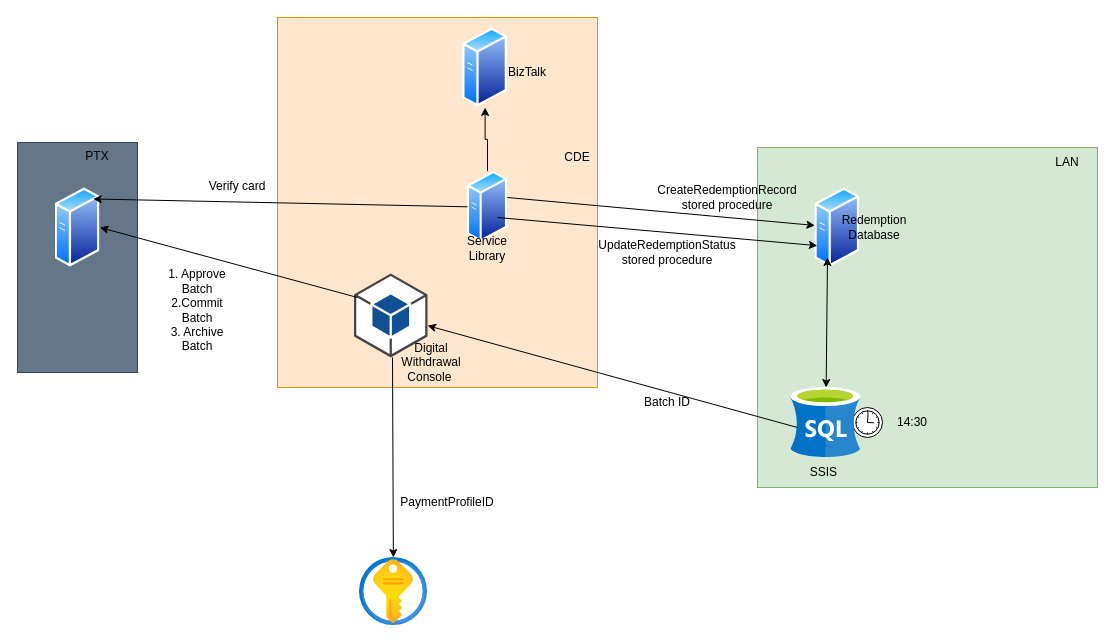
mattwatts36/drawings keeps this draw.io diagram as DigitalWithdrawalsLowLevelDiagram2.drawio. Above is the earlier version. Source tidied: cells renumbered, new cells numbered last; positions are measured from the earlier drawing's top-left corner, leaving out a move shared by most shapes. Both pictures are drawn from the tidied source at 100%, with x=0, y=0 at pixel (17, 17).
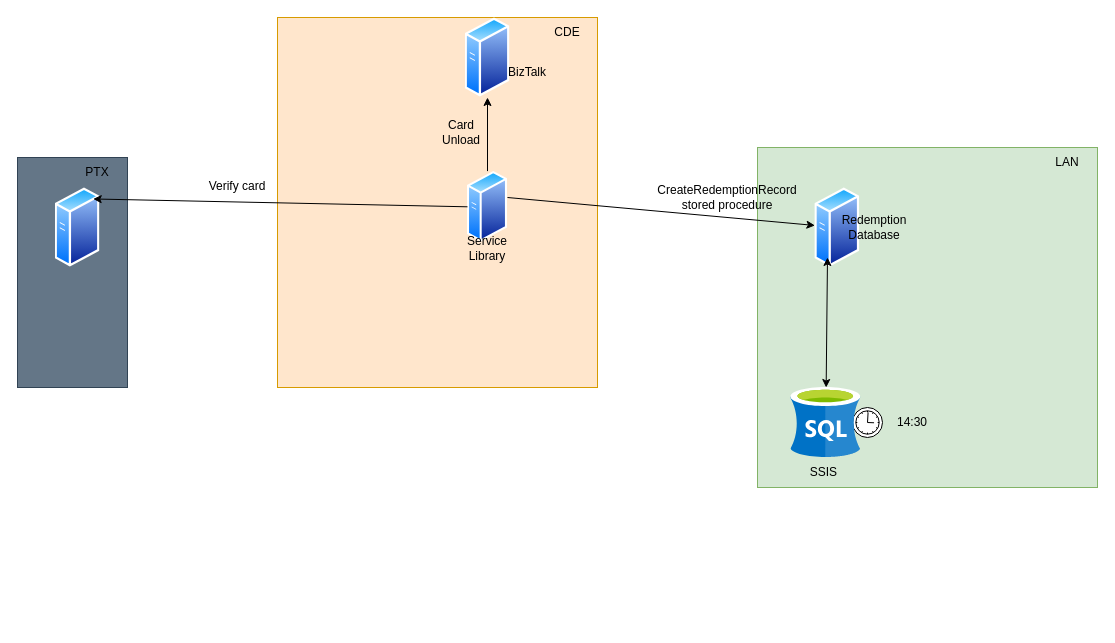
The same page after the edit.

Commit message:
Updated to reflect the HLD changes

Unchanged cells that the change refers to:
```xml
<mxCell id="3" style="image;perimeter=ellipsePerimeter;html=1;align=center;shadow=0;dashed=0;spacingTop=3;image=img/lib/active_directory/generic_server.svg;" parent="1" vertex="1">
  <mxGeometry x="797.4" y="170" width="44.8" height="80" as="geometry" />
</mxCell>
<mxCell id="9" style="image;perimeter=ellipsePerimeter;html=1;align=center;shadow=0;dashed=0;spacingTop=3;image=img/lib/active_directory/generic_server.svg;" parent="1" vertex="1">
  <mxGeometry x="37.6" y="170" width="44.8" height="80" as="geometry" />
</mxCell>
```

The edit, as a diff of the source:
```diff
@@
     <mxCell id="8" style="rounded=0;whiteSpace=wrap;html=1;fillColor=#647687;fontColor=#ffffff;strokeColor=#314354;" parent="1" vertex="1">
-      <mxGeometry y="125" width="120" height="230" as="geometry" />
+      <mxGeometry y="140" width="110" height="230" as="geometry" />
     </mxCell>
@@
-    <mxCell id="10" style="outlineConnect=0;dashed=0;verticalLabelPosition=bottom;verticalAlign=top;align=center;html=1;shape=mxgraph.aws3.android;fillColor=#115193;gradientColor=none;" parent="1" vertex="1">
-      <mxGeometry x="336.5" y="256" width="73.5" height="84" as="geometry" />
-    </mxCell>
@@
     <mxCell id="12" value="CDE" style="text;html=1;strokeColor=none;fillColor=none;align=center;verticalAlign=middle;whiteSpace=wrap;rounded=0;" parent="1" vertex="1">
-      <mxGeometry x="530" y="125" width="60" height="30" as="geometry" />
+      <mxGeometry x="520" width="60" height="30" as="geometry" />
     </mxCell>
@@
     <mxCell id="14" value="PTX" style="text;html=1;strokeColor=none;fillColor=none;align=center;verticalAlign=middle;whiteSpace=wrap;rounded=0;" parent="1" vertex="1">
-      <mxGeometry x="50" y="123.6" width="60" height="30" as="geometry" />
+      <mxGeometry x="50" y="140" width="60" height="30" as="geometry" />
     </mxCell>
@@
-    <mxCell id="17" value="Digital Withdrawal Console&amp;nbsp;" style="text;html=1;strokeColor=none;fillColor=none;align=center;verticalAlign=middle;whiteSpace=wrap;rounded=0;" parent="1" vertex="1">
-      <mxGeometry x="384" y="330" width="60" height="30" as="geometry" />
-    </mxCell>
@@
-    <mxCell id="20" style="endArrow=classic;html=1;rounded=0;" parent="1" edge="1" target="10">
-      <mxGeometry relative="1" as="geometry">
-        <mxPoint x="780" y="410" as="sourcePoint" />
-      </mxGeometry>
-    </mxCell>
-    <mxCell id="21" value="Batch ID" style="text;html=1;strokeColor=none;fillColor=none;align=center;verticalAlign=middle;whiteSpace=wrap;rounded=0;" parent="1" vertex="1">
-      <mxGeometry x="620" y="370" width="60" height="30" as="geometry" />
-    </mxCell>
-    <mxCell id="22" style="image;html=1;points=[];align=center;fontSize=12;image=img/lib/azure2/security/Key_Vaults.svg;" parent="1" vertex="1">
-      <mxGeometry x="342" y="540" width="68" height="68" as="geometry" />
-    </mxCell>
-    <mxCell id="23" value="PaymentProfileID" style="text;html=1;strokeColor=none;fillColor=none;align=center;verticalAlign=middle;whiteSpace=wrap;rounded=0;" parent="1" vertex="1">
-      <mxGeometry x="400" y="470" width="60" height="30" as="geometry" />
-    </mxCell>
@@
-    <mxCell id="25" style="endArrow=classic;html=1;rounded=0;entryX=1;entryY=0.5;entryDx=0;entryDy=0;" parent="1" edge="1" target="9">
-      <mxGeometry relative="1" as="geometry">
-        <mxPoint x="340" y="280" as="sourcePoint" />
-      </mxGeometry>
-    </mxCell>
-    <mxCell id="26" value="1. Approve Batch&lt;br&gt;2.Commit Batch&lt;br&gt;3. Archive Batch" style="text;html=1;strokeColor=none;fillColor=none;align=center;verticalAlign=middle;whiteSpace=wrap;rounded=0;" parent="1" vertex="1">
-      <mxGeometry x="150" y="246" width="60" height="94" as="geometry" />
-    </mxCell>
@@
-    <mxCell id="28" style="endArrow=classic;html=1;rounded=0;" parent="1" edge="1" target="22">
-      <mxGeometry relative="1" as="geometry">
-        <mxPoint x="375" y="340" as="sourcePoint" />
-      </mxGeometry>
-    </mxCell>
@@
-    <mxCell id="31" style="endArrow=classic;html=1;rounded=0;entryX=0;entryY=0.75;entryDx=0;entryDy=0;" parent="1" edge="1" target="3">
-      <mxGeometry relative="1" as="geometry">
-        <mxPoint x="480" y="200" as="sourcePoint" />
-      </mxGeometry>
-    </mxCell>
@@
-    <mxCell id="33" value="UpdateRedemptionStatus stored procedure" style="text;html=1;strokeColor=none;fillColor=none;align=center;verticalAlign=middle;whiteSpace=wrap;rounded=0;" parent="1" vertex="1">
-      <mxGeometry x="620" y="220" width="60" height="30" as="geometry" />
-    </mxCell>
     <mxCell id="34" style="image;perimeter=ellipsePerimeter;html=1;align=center;shadow=0;dashed=0;spacingTop=3;image=img/lib/active_directory/generic_server.svg;" parent="1" vertex="1">
-      <mxGeometry x="445.2" y="10" width="44.8" height="80" as="geometry" />
+      <mxGeometry x="447.6" width="44.8" height="80" as="geometry" />
     </mxCell>
@@
+    <mxCell id="36" value="Card Unload" style="text;html=1;strokeColor=none;fillColor=none;align=center;verticalAlign=middle;whiteSpace=wrap;rounded=0;" parent="1" vertex="1">
+      <mxGeometry x="414" y="100" width="60" height="30" as="geometry" />
+    </mxCell>
```
